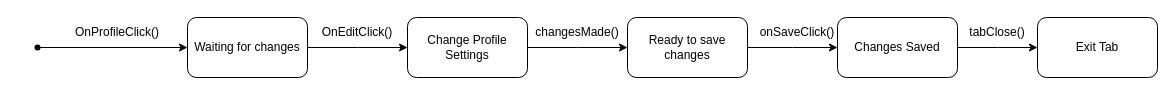
Before: UpdateProfile StateChart.drawio in Esaied19/Team-Albatross, a draw.io diagram. Source tidied: cells renumbered, new cells numbered last; positions are measured from the earlier drawing's top-left corner, leaving out a move shared by most shapes. Both pictures are drawn from the tidied source at 100%, with x=0, y=0 at pixel (17, 17).
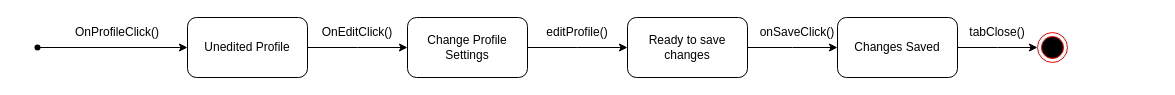
The same diagram, later.

What changed in the source:
```diff
@@
-    <mxCell id="5" value="Waiting for changes" style="rounded=1;whiteSpace=wrap;html=1;" parent="1" vertex="1">
+    <mxCell id="5" value="Unedited Profile" style="rounded=1;whiteSpace=wrap;html=1;" parent="1" vertex="1">
       <mxGeometry x="170" width="120" height="60" as="geometry" />
     </mxCell>
@@
-    <mxCell id="10" value="changesMade()" style="text;html=1;strokeColor=none;fillColor=none;align=center;verticalAlign=middle;whiteSpace=wrap;rounded=0;" parent="1" vertex="1">
+    <mxCell id="10" value="editProfile()" style="text;html=1;strokeColor=none;fillColor=none;align=center;verticalAlign=middle;whiteSpace=wrap;rounded=0;" parent="1" vertex="1">
       <mxGeometry x="530" width="60" height="30" as="geometry" />
     </mxCell>
@@
-    <mxCell id="17" value="Exit Tab" style="rounded=1;whiteSpace=wrap;html=1;" parent="1" vertex="1">
-      <mxGeometry x="1020" width="120" height="60" as="geometry" />
-    </mxCell>
+    <mxCell id="18" style="ellipse;html=1;shape=endState;fillColor=#000000;strokeColor=#ff0000;" parent="1" vertex="1">
+      <mxGeometry x="1020" y="15" width="30" height="30" as="geometry" />
+    </mxCell>
```
